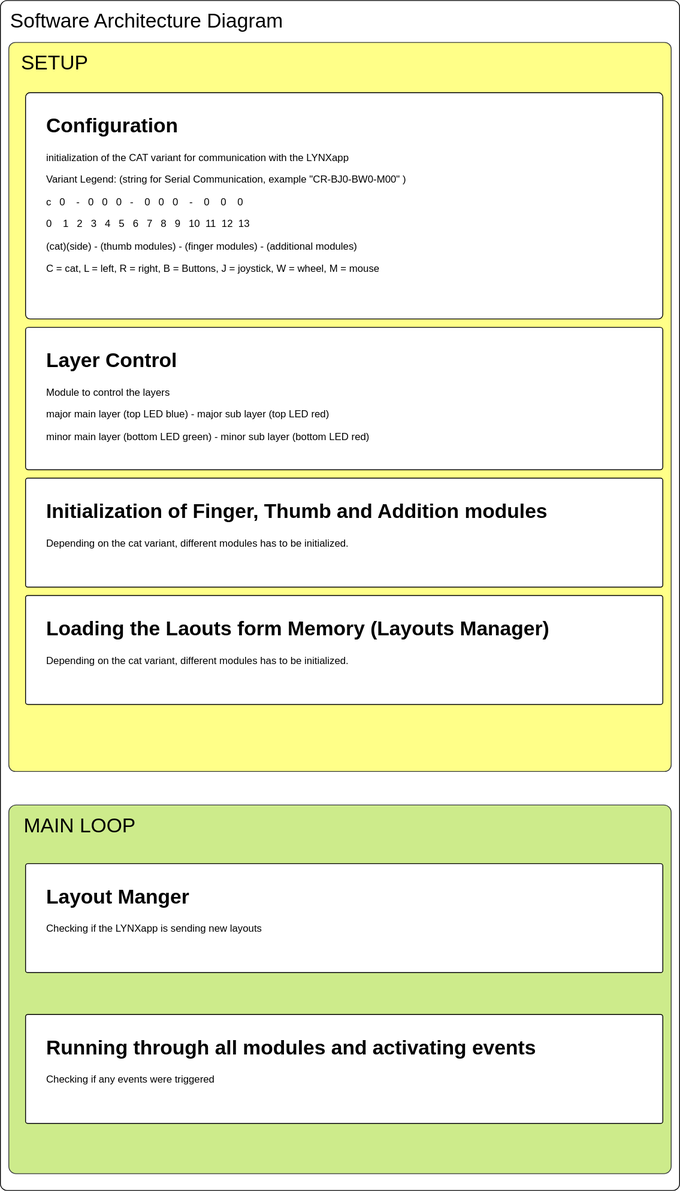
This is images/SAD.svg from ApeDevil/dev-CAT, a draw.io export, as it was before one commit. Source tidied: cells renumbered, new cells last; positions are measured from the earlier drawing's top-left corner, leaving out a move shared by most shapes.
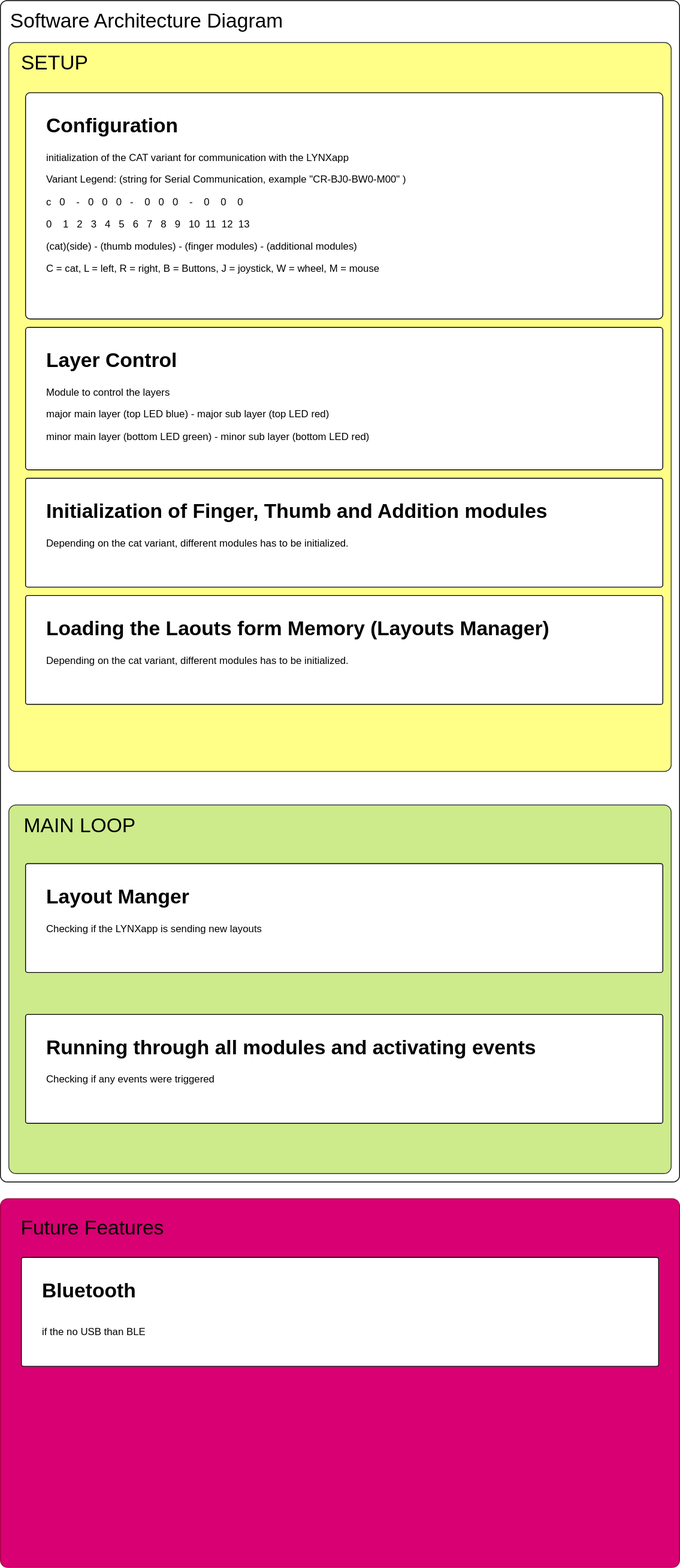
The same diagram one commit later.

Change to the diagram source:
```diff
@@ -3,7 +3,7 @@
     <mxCell id="0" />
     <mxCell id="1" parent="0" />
     <mxCell id="2" style="rounded=1;whiteSpace=wrap;html=1;arcSize=1;" parent="1" vertex="1">
-      <mxGeometry width="810" height="1420" as="geometry" />
+      <mxGeometry width="810" height="1410" as="geometry" />
     </mxCell>
     <mxCell id="3" value="&lt;div&gt;Software Architecture Diagram&lt;/div&gt;" style="text;html=1;strokeColor=none;fillColor=none;align=left;verticalAlign=middle;whiteSpace=wrap;rounded=0;fontSize=24;" parent="1" vertex="1">
       <mxGeometry x="10" y="10" width="570" height="30" as="geometry" />
@@ -56,5 +56,17 @@
     <mxCell id="19" value="&lt;h1&gt;Running through all modules and activating events&lt;/h1&gt;&lt;p&gt;Checking if any events were triggered&amp;nbsp;&lt;/p&gt;&lt;div&gt;&lt;br&gt;&lt;/div&gt;" style="text;html=1;strokeColor=none;fillColor=none;spacing=5;spacingTop=-20;whiteSpace=wrap;overflow=hidden;rounded=0;" parent="1" vertex="1">
       <mxGeometry x="50" y="1230" width="710" height="90" as="geometry" />
     </mxCell>
+    <mxCell id="20" style="rounded=1;whiteSpace=wrap;html=1;fillColor=#d80073;strokeColor=#A50040;arcSize=2;fontColor=#ffffff;" parent="1" vertex="1">
+      <mxGeometry y="1430" width="810" height="440" as="geometry" />
+    </mxCell>
+    <mxCell id="21" value="Future Features" style="text;html=1;strokeColor=none;fillColor=none;align=center;verticalAlign=middle;whiteSpace=wrap;rounded=0;fontSize=24;fontColor=#000000;" parent="1" vertex="1">
+      <mxGeometry x="20" y="1450" width="180" height="30" as="geometry" />
+    </mxCell>
+    <mxCell id="22" style="rounded=1;whiteSpace=wrap;html=1;arcSize=2;" parent="1" vertex="1">
+      <mxGeometry x="25" y="1500" width="760" height="130" as="geometry" />
+    </mxCell>
+    <mxCell id="23" value="&lt;h1&gt;&lt;span style=&quot;background-color: initial;&quot;&gt;Bluetooth&lt;/span&gt;&lt;/h1&gt;&lt;h1&gt;&lt;span style=&quot;font-size: 12px; font-weight: 400;&quot;&gt;if the no USB than BLE&lt;/span&gt;&lt;/h1&gt;" style="text;html=1;strokeColor=none;fillColor=none;spacing=5;spacingTop=-20;whiteSpace=wrap;overflow=hidden;rounded=0;" parent="1" vertex="1">
+      <mxGeometry x="45" y="1520" width="710" height="90" as="geometry" />
+    </mxCell>
   </root>
 </mxGraphModel>
```
